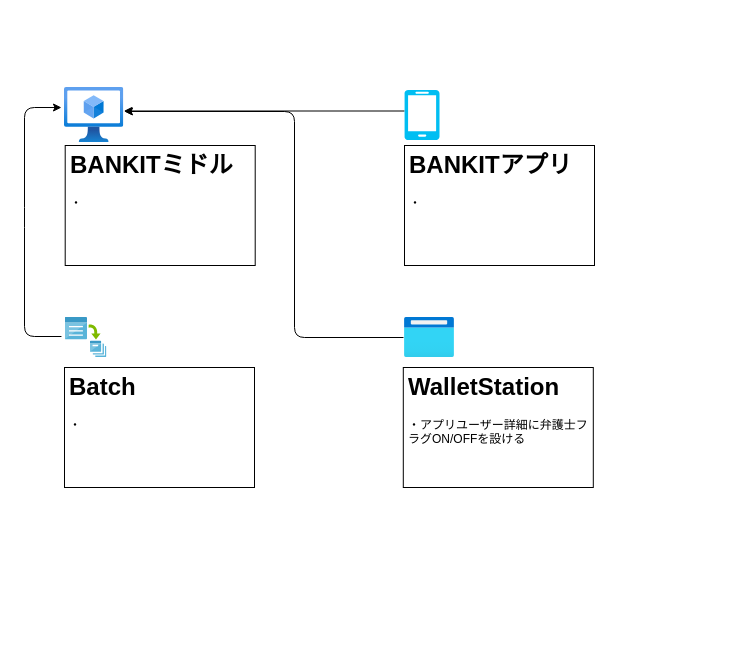
Before: 対応範囲.drawio in shinnaga-icd/draw.io, a draw.io diagram. Source tidied: cells renumbered, new cells numbered last; positions are measured from the earlier drawing's top-left corner, leaving out a move shared by most shapes. Both pictures are drawn from the tidied source at 100%, with x=0, y=0 at pixel (24, 87).
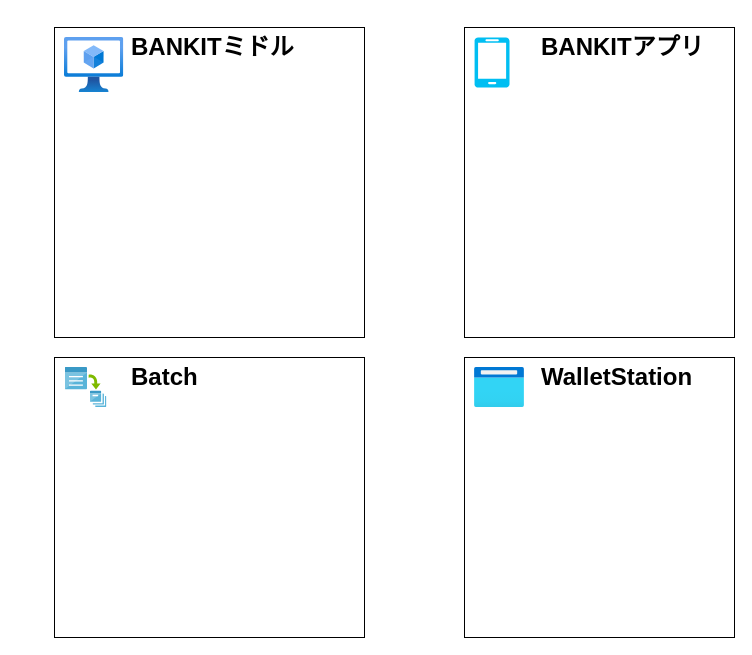
The same diagram, later.

Change to the diagram source:
```diff
@@
 <mxGraphModel>
   <root>
     <mxCell id="0" />
     <mxCell id="1" parent="0" />
     <mxCell id="2" style="html=1;points=[];align=center;image;fontSize=12;image=img/lib/azure2/compute/Virtual_Machines_Classic.svg;" parent="1" vertex="1">
-      <mxGeometry x="40" width="59.3" height="55" as="geometry" />
+      <mxGeometry x="40" y="-50" width="59.3" height="55" as="geometry" />
     </mxCell>
     <mxCell id="3" style="html=1;points=[];align=center;image;fontSize=12;image=img/lib/mscae/Batch_Accounts.svg;" parent="1" vertex="1">
-      <mxGeometry x="40.7" y="230" width="41.7" height="40" as="geometry" />
+      <mxGeometry x="40.7" y="280" width="41.7" height="40" as="geometry" />
     </mxCell>
     <mxCell id="4" style="html=1;points=[];align=center;image;fontSize=12;image=img/lib/azure2/general/Browser.svg;" parent="1" vertex="1">
-      <mxGeometry x="380" y="230" width="50" height="40" as="geometry" />
+      <mxGeometry x="450" y="280" width="50" height="40" as="geometry" />
     </mxCell>
-    <mxCell id="5" style="edgeStyle=orthogonalEdgeStyle;rounded=0;orthogonalLoop=1;jettySize=auto;html=1;" parent="1" edge="1">
-      <mxGeometry relative="1" as="geometry">
-        <mxPoint x="380" y="23.5" as="sourcePoint" />
-        <mxPoint x="99.3" y="23.5" as="targetPoint" />
-      </mxGeometry>
-    </mxCell>
     <mxCell id="6" style="verticalLabelPosition=bottom;html=1;verticalAlign=top;align=center;strokeColor=none;fillColor=#00BEF2;shape=mxgraph.azure.mobile;" parent="1" vertex="1">
-      <mxGeometry x="380" y="2.5" width="35" height="50" as="geometry" />
+      <mxGeometry x="450" y="-50" width="35" height="50" as="geometry" />
     </mxCell>
-    <mxCell id="7" value="&lt;h1&gt;BANKITミドル&lt;/h1&gt;&lt;p&gt;・&lt;/p&gt;" style="text;html=1;fillColor=none;spacing=5;spacingTop=-20;whiteSpace=wrap;overflow=hidden;rounded=0;strokeColor=#000000;" parent="1" vertex="1">
-      <mxGeometry x="40.7" y="58" width="190" height="120" as="geometry" />
+    <mxCell id="7" value="&lt;h1&gt;　　　BANKITミドル&lt;/h1&gt;&lt;p&gt;&lt;br&gt;&lt;/p&gt;" style="text;html=1;fillColor=none;spacing=5;spacingTop=-20;whiteSpace=wrap;overflow=hidden;rounded=0;strokeColor=#000000;" parent="1" vertex="1">
+      <mxGeometry x="30" y="-60" width="310" height="310" as="geometry" />
     </mxCell>
-    <mxCell id="8" value="&lt;h1&gt;BANKITアプリ&lt;/h1&gt;&lt;p&gt;・&lt;/p&gt;" style="text;html=1;fillColor=none;spacing=5;spacingTop=-20;whiteSpace=wrap;overflow=hidden;rounded=0;strokeColor=#000000;" parent="1" vertex="1">
-      <mxGeometry x="380" y="58" width="190" height="120" as="geometry" />
+    <mxCell id="8" value="&lt;h1&gt;　　　BANKITアプリ&lt;/h1&gt;&lt;p&gt;&lt;br&gt;&lt;/p&gt;" style="text;html=1;fillColor=none;spacing=5;spacingTop=-20;whiteSpace=wrap;overflow=hidden;rounded=0;strokeColor=#000000;" parent="1" vertex="1">
+      <mxGeometry x="440" y="-60" width="270" height="310" as="geometry" />
     </mxCell>
-    <mxCell id="9" value="&lt;h1&gt;Batch&lt;/h1&gt;&lt;p&gt;・&lt;/p&gt;" style="text;html=1;fillColor=none;spacing=5;spacingTop=-20;whiteSpace=wrap;overflow=hidden;rounded=0;strokeColor=#000000;" parent="1" vertex="1">
-      <mxGeometry x="40" y="280" width="190" height="120" as="geometry" />
+    <mxCell id="9" value="&lt;h1&gt;　　　Batch&lt;/h1&gt;&lt;p&gt;&lt;br&gt;&lt;/p&gt;" style="text;html=1;fillColor=none;spacing=5;spacingTop=-20;whiteSpace=wrap;overflow=hidden;rounded=0;strokeColor=#000000;" parent="1" vertex="1">
+      <mxGeometry x="30" y="270" width="310" height="280" as="geometry" />
     </mxCell>
-    <mxCell id="10" value="&lt;h1&gt;WalletStation&lt;/h1&gt;&lt;p&gt;・アプリユーザー詳細に弁護士フラグON/OFFを設ける&lt;/p&gt;" style="text;html=1;fillColor=none;spacing=5;spacingTop=-20;whiteSpace=wrap;overflow=hidden;rounded=0;strokeColor=#000000;" parent="1" vertex="1">
-      <mxGeometry x="378.8" y="280" width="190" height="120" as="geometry" />
+    <mxCell id="10" value="&lt;h1&gt;　　　WalletStation&lt;/h1&gt;&lt;p&gt;&lt;br&gt;&lt;/p&gt;" style="text;html=1;fillColor=none;spacing=5;spacingTop=-20;whiteSpace=wrap;overflow=hidden;rounded=0;strokeColor=#000000;" parent="1" vertex="1">
+      <mxGeometry x="440" y="270" width="270" height="280" as="geometry" />
     </mxCell>
-    <mxCell id="11" style="endArrow=classic;html=1;entryX=1.012;entryY=0.436;entryDx=0;entryDy=0;entryPerimeter=0;edgeStyle=orthogonalEdgeStyle;rounded=1;exitX=-0.02;exitY=0.5;exitDx=0;exitDy=0;exitPerimeter=0;" parent="1" edge="1" source="4" target="2">
-      <mxGeometry relative="1" as="geometry">
-        <Array as="points">
-          <mxPoint x="270" y="250" />
-          <mxPoint x="270" y="24" />
-        </Array>
-      </mxGeometry>
-    </mxCell>
-    <mxCell id="12" style="endArrow=classic;html=1;exitX=-0.09;exitY=0.475;exitDx=0;exitDy=0;exitPerimeter=0;entryX=-0.051;entryY=0.364;entryDx=0;entryDy=0;entryPerimeter=0;" parent="1" edge="1" source="3" target="2">
-      <mxGeometry relative="1" as="geometry">
-        <Array as="points">
-          <mxPoint y="249" />
-          <mxPoint y="130" />
-          <mxPoint y="20" />
-        </Array>
-      </mxGeometry>
-    </mxCell>
   </root>
 </mxGraphModel>
```
